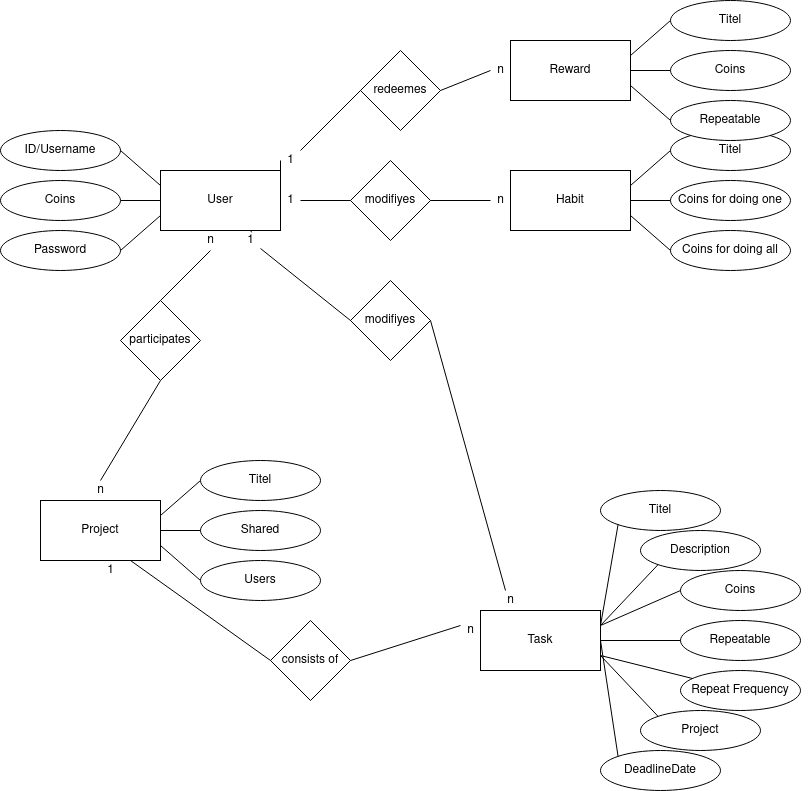
Above: database-model.png in david2628/Work2Play (draw.io), before the change. Source tidied: cells renumbered, new cells last; positions are measured from the earlier drawing's top-left corner, leaving out a move shared by most shapes.
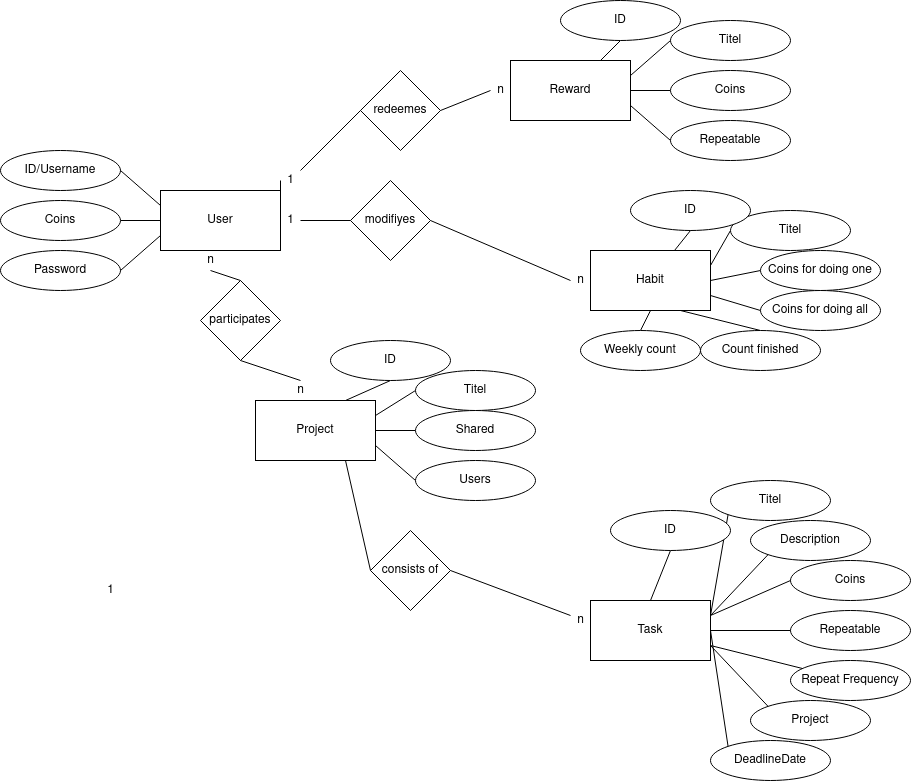
After the change.

What changed in the source:
```diff
@@ -3,7 +3,7 @@
     <mxCell id="0" />
     <mxCell id="1" parent="0" />
     <mxCell id="2" style="group;" parent="1" vertex="1">
-      <mxGeometry x="500" y="130" width="310" height="140" as="geometry" />
+      <mxGeometry x="580" y="190" width="310" height="170" as="geometry" />
     </mxCell>
     <mxCell id="3" value="Habit" style="rounded=0;whiteSpace=wrap;html=1;" parent="2" vertex="1">
       <mxGeometry x="10" y="40" width="120" height="60" as="geometry" />
@@ -12,22 +12,46 @@
       <mxGeometry relative="1" as="geometry" />
     </mxCell>
     <mxCell id="5" value="Titel" style="ellipse;whiteSpace=wrap;html=1;" parent="2" vertex="1">
-      <mxGeometry x="170" width="120" height="40" as="geometry" />
+      <mxGeometry x="150" width="120" height="40" as="geometry" />
     </mxCell>
     <mxCell id="6" style="edgeStyle=none;rounded=0;jettySize=auto;html=1;exitX=0;exitY=0.5;exitDx=0;exitDy=0;entryX=1;entryY=0.5;entryDx=0;entryDy=0;endArrow=none;endFill=0;" parent="2" edge="1" source="7" target="3">
       <mxGeometry relative="1" as="geometry" />
     </mxCell>
     <mxCell id="7" value="Coins for doing one" style="ellipse;whiteSpace=wrap;html=1;" parent="2" vertex="1">
-      <mxGeometry x="170" y="50" width="120" height="40" as="geometry" />
+      <mxGeometry x="180" y="40" width="120" height="40" as="geometry" />
     </mxCell>
     <mxCell id="8" style="edgeStyle=none;rounded=0;jettySize=auto;html=1;exitX=0;exitY=0.5;exitDx=0;exitDy=0;entryX=1;entryY=0.75;entryDx=0;entryDy=0;endArrow=none;endFill=0;" parent="2" edge="1" source="9" target="3">
       <mxGeometry relative="1" as="geometry" />
     </mxCell>
     <mxCell id="9" value="Coins for doing all" style="ellipse;whiteSpace=wrap;html=1;" parent="2" vertex="1">
-      <mxGeometry x="170" y="100" width="120" height="40" as="geometry" />
+      <mxGeometry x="180" y="80" width="120" height="40" as="geometry" />
     </mxCell>
+    <mxCell id="82" value="n" style="text;html=1;align=center;verticalAlign=middle;points=[];" parent="2" vertex="1">
+      <mxGeometry x="-10" y="60" width="20" height="20" as="geometry" />
+    </mxCell>
+    <mxCell id="40" style="edgeStyle=none;rounded=0;jettySize=auto;html=1;exitX=1;exitY=0.5;exitDx=0;exitDy=0;entryX=0;entryY=0.5;entryDx=0;entryDy=0;endArrow=none;endFill=0;" parent="2" edge="1" source="82" target="3">
+      <mxGeometry relative="1" as="geometry" />
+    </mxCell>
+    <mxCell id="86" value="ID" style="ellipse;whiteSpace=wrap;html=1;" parent="2" vertex="1">
+      <mxGeometry x="50" y="-20" width="120" height="40" as="geometry" />
+    </mxCell>
+    <mxCell id="87" style="edgeStyle=none;rounded=0;jettySize=auto;html=1;exitX=0.5;exitY=1;exitDx=0;exitDy=0;endArrow=none;endFill=0;" parent="2" edge="1" source="86" target="3">
+      <mxGeometry relative="1" as="geometry" />
+    </mxCell>
+    <mxCell id="88" style="edgeStyle=none;rounded=0;jettySize=auto;html=1;exitX=0.5;exitY=0;exitDx=0;exitDy=0;entryX=0.75;entryY=1;entryDx=0;entryDy=0;endArrow=none;endFill=0;" parent="2" edge="1" source="89" target="3">
+      <mxGeometry relative="1" as="geometry" />
+    </mxCell>
+    <mxCell id="89" value="Count finished" style="ellipse;whiteSpace=wrap;html=1;" parent="2" vertex="1">
+      <mxGeometry x="120" y="120" width="120" height="40" as="geometry" />
+    </mxCell>
+    <mxCell id="90" style="edgeStyle=none;rounded=0;jettySize=auto;html=1;exitX=0.5;exitY=0;exitDx=0;exitDy=0;entryX=0.5;entryY=1;entryDx=0;entryDy=0;endArrow=none;endFill=0;" parent="2" edge="1" source="91" target="3">
+      <mxGeometry relative="1" as="geometry" />
+    </mxCell>
+    <mxCell id="91" value="Weekly count" style="ellipse;whiteSpace=wrap;html=1;" parent="2" vertex="1">
+      <mxGeometry y="120" width="120" height="40" as="geometry" />
+    </mxCell>
     <mxCell id="10" style="group;" parent="1" vertex="1">
-      <mxGeometry x="30" y="460" width="290" height="140" as="geometry" />
+      <mxGeometry x="245" y="340" width="290" height="140" as="geometry" />
     </mxCell>
     <mxCell id="11" value="Project" style="rounded=0;whiteSpace=wrap;html=1;" parent="10" vertex="1">
       <mxGeometry x="10" y="40" width="120" height="60" as="geometry" />
@@ -36,7 +60,7 @@
       <mxGeometry relative="1" as="geometry" />
     </mxCell>
     <mxCell id="13" value="Titel" style="ellipse;whiteSpace=wrap;html=1;" parent="10" vertex="1">
-      <mxGeometry x="170" width="120" height="40" as="geometry" />
+      <mxGeometry x="170" y="10" width="120" height="40" as="geometry" />
     </mxCell>
     <mxCell id="14" style="edgeStyle=none;rounded=0;jettySize=auto;html=1;exitX=0;exitY=0.5;exitDx=0;exitDy=0;entryX=1;entryY=0.5;entryDx=0;entryDy=0;endArrow=none;endFill=0;" parent="10" edge="1" source="15" target="11">
       <mxGeometry relative="1" as="geometry" />
@@ -50,6 +74,18 @@
     <mxCell id="17" value="Users" style="ellipse;whiteSpace=wrap;html=1;" parent="10" vertex="1">
       <mxGeometry x="170" y="100" width="120" height="40" as="geometry" />
     </mxCell>
+    <mxCell id="92" style="edgeStyle=none;rounded=0;jettySize=auto;html=1;exitX=0.5;exitY=1;exitDx=0;exitDy=0;entryX=0.75;entryY=0;entryDx=0;entryDy=0;endArrow=none;endFill=0;" parent="10" edge="1" source="93" target="11">
+      <mxGeometry relative="1" as="geometry" />
+    </mxCell>
+    <mxCell id="93" value="ID" style="ellipse;whiteSpace=wrap;html=1;" parent="10" vertex="1">
+      <mxGeometry x="85" y="-20" width="120" height="40" as="geometry" />
+    </mxCell>
+    <mxCell id="84" value="n" style="text;html=1;align=center;verticalAlign=middle;points=[];" parent="10" vertex="1">
+      <mxGeometry x="45" y="20" width="20" height="20" as="geometry" />
+    </mxCell>
+    <mxCell id="36" style="edgeStyle=none;rounded=0;jettySize=auto;html=1;exitX=0.5;exitY=1;exitDx=0;exitDy=0;entryX=0.5;entryY=0;entryDx=0;entryDy=0;endArrow=none;endFill=0;" parent="10" edge="1" source="84" target="11">
+      <mxGeometry relative="1" as="geometry" />
+    </mxCell>
     <mxCell id="18" style="group;" parent="1" vertex="1">
       <mxGeometry x="510" width="280" height="140" as="geometry" />
     </mxCell>
@@ -74,6 +110,12 @@
     <mxCell id="25" value="Repeatable" style="ellipse;whiteSpace=wrap;html=1;" parent="18" vertex="1">
       <mxGeometry x="160" y="100" width="120" height="40" as="geometry" />
     </mxCell>
+    <mxCell id="94" style="rounded=0;jettySize=auto;html=1;exitX=0.5;exitY=1;exitDx=0;exitDy=0;entryX=0.75;entryY=0;entryDx=0;entryDy=0;endArrow=none;endFill=0;" parent="18" edge="1" source="95" target="19">
+      <mxGeometry relative="1" as="geometry" />
+    </mxCell>
+    <mxCell id="95" value="ID" style="ellipse;whiteSpace=wrap;html=1;" parent="18" vertex="1">
+      <mxGeometry x="50" y="-20" width="120" height="40" as="geometry" />
+    </mxCell>
     <mxCell id="26" style="group;" parent="1" vertex="1">
       <mxGeometry y="130" width="280" height="140" as="geometry" />
     </mxCell>
@@ -98,29 +140,12 @@
     <mxCell id="33" value="Coins" style="ellipse;whiteSpace=wrap;html=1;" parent="26" vertex="1">
       <mxGeometry y="50" width="120" height="40" as="geometry" />
     </mxCell>
-    <mxCell id="34" value="1" style="text;html=1;align=center;verticalAlign=middle;points=[];" parent="26" vertex="1">
-      <mxGeometry x="240" y="100" width="20" height="20" as="geometry" />
-    </mxCell>
     <mxCell id="35" style="edgeStyle=none;rounded=0;jettySize=auto;html=1;exitX=0.5;exitY=0;exitDx=0;exitDy=0;entryX=0.5;entryY=1;entryDx=0;entryDy=0;endArrow=none;endFill=0;" parent="1" edge="1" source="73" target="28">
       <mxGeometry relative="1" as="geometry" />
     </mxCell>
-    <mxCell id="36" style="edgeStyle=none;rounded=0;jettySize=auto;html=1;exitX=0.5;exitY=1;exitDx=0;exitDy=0;entryX=0.5;entryY=0;entryDx=0;entryDy=0;endArrow=none;endFill=0;" parent="1" edge="1" source="84" target="11">
-      <mxGeometry relative="1" as="geometry" />
-    </mxCell>
     <mxCell id="37" value="&lt;div&gt;participates&lt;/div&gt;" style="rhombus;whiteSpace=wrap;html=1;" parent="1" vertex="1">
-      <mxGeometry x="120" y="300" width="80" height="80" as="geometry" />
+      <mxGeometry x="200" y="260" width="80" height="80" as="geometry" />
     </mxCell>
-    <mxCell id="38" style="edgeStyle=none;rounded=0;jettySize=auto;html=1;exitX=0.558;exitY=0.092;exitDx=0;exitDy=0;endArrow=none;endFill=0;exitPerimeter=0;" parent="1" edge="1" source="34">
-      <mxGeometry relative="1" as="geometry">
-        <mxPoint x="250" y="230" as="targetPoint" />
-      </mxGeometry>
-    </mxCell>
-    <mxCell id="39" value="&lt;div&gt;modifiyes&lt;/div&gt;" style="rhombus;whiteSpace=wrap;html=1;" parent="1" vertex="1">
-      <mxGeometry x="350" y="280" width="80" height="80" as="geometry" />
-    </mxCell>
-    <mxCell id="40" style="edgeStyle=none;rounded=0;jettySize=auto;html=1;exitX=1;exitY=0.5;exitDx=0;exitDy=0;entryX=0;entryY=0.5;entryDx=0;entryDy=0;endArrow=none;endFill=0;" parent="1" edge="1" source="82" target="3">
-      <mxGeometry relative="1" as="geometry" />
-    </mxCell>
     <mxCell id="41" value="modifiyes" style="rhombus;whiteSpace=wrap;html=1;" parent="1" vertex="1">
       <mxGeometry x="350" y="160" width="80" height="80" as="geometry" />
     </mxCell>
@@ -131,7 +156,7 @@
       <mxGeometry relative="1" as="geometry" />
     </mxCell>
     <mxCell id="44" value="consists of" style="rhombus;whiteSpace=wrap;html=1;" parent="1" vertex="1">
-      <mxGeometry x="270" y="620" width="80" height="80" as="geometry" />
+      <mxGeometry x="370" y="510" width="80" height="80" as="geometry" />
     </mxCell>
     <mxCell id="45" style="edgeStyle=none;rounded=0;jettySize=auto;html=1;exitX=1;exitY=0.5;exitDx=0;exitDy=0;entryX=0;entryY=0.5;entryDx=0;entryDy=0;endArrow=none;endFill=0;" parent="1" edge="1" source="80" target="19">
       <mxGeometry relative="1" as="geometry" />
@@ -148,18 +173,12 @@
     <mxCell id="49" style="edgeStyle=none;rounded=0;jettySize=auto;html=1;exitX=1;exitY=0.5;exitDx=0;exitDy=0;entryX=0;entryY=0.25;entryDx=0;entryDy=0;endArrow=none;endFill=0;" parent="1" edge="1" source="44" target="72">
       <mxGeometry relative="1" as="geometry" />
     </mxCell>
-    <mxCell id="50" style="edgeStyle=none;rounded=0;jettySize=auto;html=1;exitX=1;exitY=0.5;exitDx=0;exitDy=0;entryX=0.25;entryY=0;entryDx=0;entryDy=0;endArrow=none;endFill=0;" parent="1" edge="1" source="39" target="69">
-      <mxGeometry relative="1" as="geometry" />
-    </mxCell>
     <mxCell id="51" style="group;" parent="1" vertex="1">
-      <mxGeometry x="460" y="490" width="340" height="300" as="geometry" />
+      <mxGeometry x="570" y="460" width="340" height="300" as="geometry" />
     </mxCell>
     <mxCell id="52" style="group;" parent="51" vertex="1">
       <mxGeometry x="20" width="320" height="300" as="geometry" />
     </mxCell>
-    <mxCell id="53" style="edgeStyle=none;rounded=0;jettySize=auto;html=1;exitX=0.25;exitY=0;exitDx=0;exitDy=0;entryX=0.5;entryY=1.05;entryDx=0;entryDy=0;entryPerimeter=0;endArrow=none;endFill=0;" parent="52" edge="1" source="54" target="69">
-      <mxGeometry relative="1" as="geometry" />
-    </mxCell>
     <mxCell id="54" value="Task" style="rounded=0;whiteSpace=wrap;html=1;" parent="52" vertex="1">
       <mxGeometry y="120" width="120" height="60" as="geometry" />
     </mxCell>
@@ -205,14 +224,17 @@
     <mxCell id="68" style="endArrow=none;html=1;entryX=1;entryY=0.25;entryDx=0;entryDy=0;exitX=0;exitY=1;exitDx=0;exitDy=0;" parent="52" edge="1" source="57" target="54">
       <mxGeometry relative="1" as="geometry" />
     </mxCell>
-    <mxCell id="69" value="n" style="text;html=1;align=center;verticalAlign=middle;points=[];" parent="52" vertex="1">
-      <mxGeometry x="20" y="100" width="20" height="20" as="geometry" />
-    </mxCell>
     <mxCell id="70" style="edgeStyle=none;rounded=0;jettySize=auto;html=1;entryX=0.25;entryY=0;entryDx=0;entryDy=0;endArrow=none;endFill=0;" parent="52" edge="1" target="54">
       <mxGeometry relative="1" as="geometry">
         <mxPoint x="30" y="120" as="sourcePoint" />
       </mxGeometry>
     </mxCell>
+    <mxCell id="96" style="edgeStyle=none;rounded=0;jettySize=auto;html=1;exitX=0.5;exitY=1;exitDx=0;exitDy=0;entryX=0.5;entryY=0;entryDx=0;entryDy=0;endArrow=none;endFill=0;" parent="52" edge="1" source="97" target="54">
+      <mxGeometry relative="1" as="geometry" />
+    </mxCell>
+    <mxCell id="97" value="ID" style="ellipse;whiteSpace=wrap;html=1;" parent="52" vertex="1">
+      <mxGeometry x="20" y="30" width="120" height="40" as="geometry" />
+    </mxCell>
     <mxCell id="71" style="edgeStyle=none;rounded=0;jettySize=auto;html=1;exitX=1;exitY=0.5;exitDx=0;exitDy=0;entryX=0;entryY=0.25;entryDx=0;entryDy=0;endArrow=none;endFill=0;" parent="51" edge="1" source="72" target="54">
       <mxGeometry relative="1" as="geometry" />
     </mxCell>
@@ -225,9 +247,6 @@
     <mxCell id="74" style="edgeStyle=none;rounded=0;jettySize=auto;html=1;exitX=0.5;exitY=0;exitDx=0;exitDy=0;entryX=0.5;entryY=1;entryDx=0;entryDy=0;endArrow=none;endFill=0;" parent="1" edge="1" source="37" target="73">
       <mxGeometry relative="1" as="geometry" />
     </mxCell>
-    <mxCell id="75" style="edgeStyle=none;rounded=0;jettySize=auto;html=1;exitX=0;exitY=0.5;exitDx=0;exitDy=0;endArrow=none;endFill=0;" parent="1" edge="1" source="39" target="34">
-      <mxGeometry relative="1" as="geometry" />
-    </mxCell>
     <mxCell id="76" value="1" style="text;html=1;align=center;verticalAlign=middle;points=[];" parent="1" vertex="1">
       <mxGeometry x="280" y="190" width="20" height="20" as="geometry" />
     </mxCell>
@@ -246,15 +265,9 @@
     <mxCell id="81" style="edgeStyle=none;rounded=0;jettySize=auto;html=1;exitX=1;exitY=0.5;exitDx=0;exitDy=0;entryX=0;entryY=0.5;entryDx=0;entryDy=0;endArrow=none;endFill=0;" parent="1" edge="1" source="46" target="80">
       <mxGeometry relative="1" as="geometry" />
     </mxCell>
-    <mxCell id="82" value="n" style="text;html=1;align=center;verticalAlign=middle;points=[];" parent="1" vertex="1">
-      <mxGeometry x="490" y="190" width="20" height="20" as="geometry" />
-    </mxCell>
     <mxCell id="83" style="edgeStyle=none;rounded=0;jettySize=auto;html=1;exitX=1;exitY=0.5;exitDx=0;exitDy=0;entryX=0;entryY=0.5;entryDx=0;entryDy=0;endArrow=none;endFill=0;" parent="1" edge="1" source="41" target="82">
       <mxGeometry relative="1" as="geometry" />
     </mxCell>
-    <mxCell id="84" value="n" style="text;html=1;align=center;verticalAlign=middle;points=[];" parent="1" vertex="1">
-      <mxGeometry x="90" y="480" width="20" height="20" as="geometry" />
-    </mxCell>
     <mxCell id="85" style="edgeStyle=none;rounded=0;jettySize=auto;html=1;exitX=0.5;exitY=1;exitDx=0;exitDy=0;entryX=0.5;entryY=0;entryDx=0;entryDy=0;endArrow=none;endFill=0;" parent="1" edge="1" source="37" target="84">
       <mxGeometry relative="1" as="geometry" />
     </mxCell>
```
